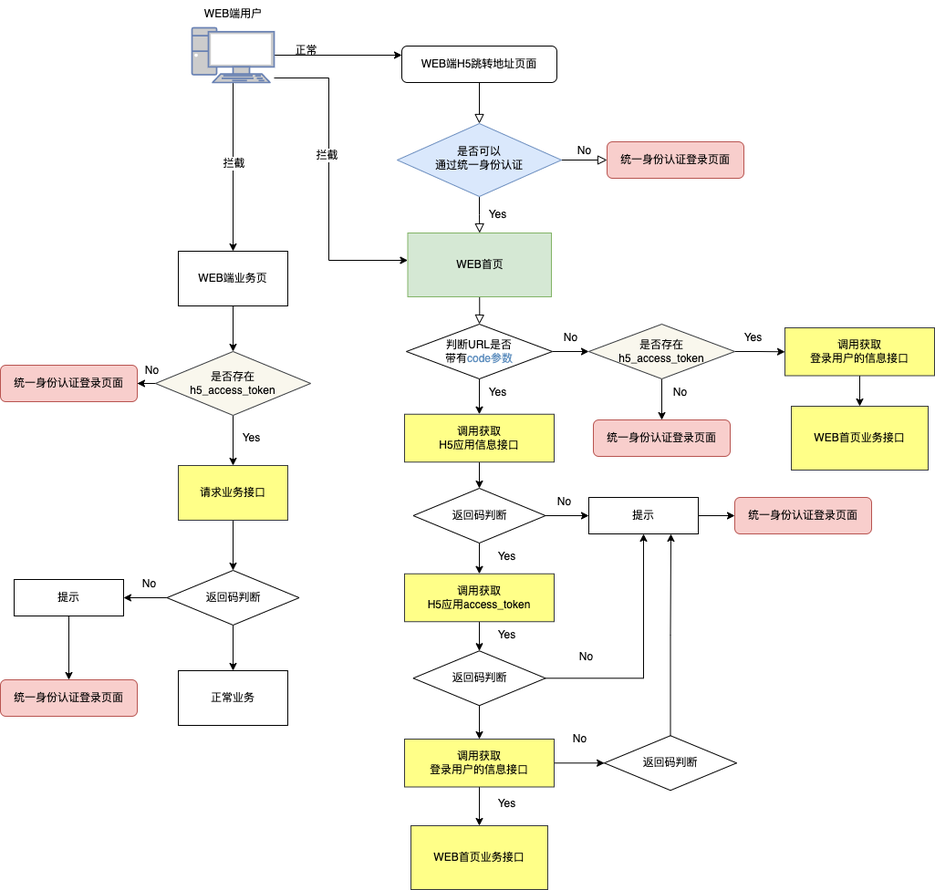
jimu-L/drawio keeps this draw.io diagram as Web端H5跳转.drawio.png. Above is the earlier version. Source tidied: cells renumbered, new cells last; positions are measured from the earlier drawing's top-left corner, leaving out a move shared by most shapes. Source of this version:
```xml
<mxGraphModel>
  <root>
    <mxCell id="0" />
    <mxCell id="1" parent="0" />
    <mxCell id="2" style="rounded=0;html=1;jettySize=auto;fontSize=11;endArrow=block;endFill=0;endSize=8;strokeWidth=1;shadow=0;labelBackgroundColor=none;edgeStyle=orthogonalEdgeStyle;" parent="1" edge="1" source="3" target="6">
      <mxGeometry relative="1" as="geometry" />
    </mxCell>
    <mxCell id="3" value="WEB端H5跳转地址页面" style="rounded=1;whiteSpace=wrap;html=1;fontSize=12;glass=0;strokeWidth=1;shadow=0;" parent="1" vertex="1">
      <mxGeometry x="440" y="50" width="170" height="40" as="geometry" />
    </mxCell>
    <mxCell id="4" value="Yes" style="rounded=0;html=1;jettySize=auto;fontSize=11;endArrow=block;endFill=0;endSize=8;strokeWidth=1;shadow=0;labelBackgroundColor=none;edgeStyle=orthogonalEdgeStyle;" parent="1" edge="1" source="6" target="33">
      <mxGeometry y="20" relative="1" as="geometry" />
    </mxCell>
    <mxCell id="5" value="No" style="edgeStyle=orthogonalEdgeStyle;rounded=0;html=1;jettySize=auto;fontSize=11;endArrow=block;endFill=0;endSize=8;strokeWidth=1;shadow=0;labelBackgroundColor=none;" parent="1" edge="1" source="6" target="7">
      <mxGeometry y="10" relative="1" as="geometry" />
    </mxCell>
    <mxCell id="6" value="是否可以&lt;br&gt;通过统一身份认证" style="rhombus;whiteSpace=wrap;html=1;shadow=0;fontFamily=Helvetica;fontSize=12;align=center;strokeWidth=1;spacing=6;spacingTop=-4;fillColor=#dae8fc;strokeColor=#6c8ebf;" parent="1" vertex="1">
      <mxGeometry x="435" y="135" width="180" height="80" as="geometry" />
    </mxCell>
    <mxCell id="7" value="统一身份认证登录页面" style="rounded=1;whiteSpace=wrap;html=1;fontSize=12;glass=0;strokeWidth=1;shadow=0;fillColor=#f8cecc;strokeColor=#b85450;" parent="1" vertex="1">
      <mxGeometry x="665" y="155" width="150" height="40" as="geometry" />
    </mxCell>
    <mxCell id="8" style="rounded=0;html=1;jettySize=auto;fontSize=11;endArrow=block;endFill=0;endSize=8;strokeWidth=1;shadow=0;labelBackgroundColor=none;edgeStyle=orthogonalEdgeStyle;exitX=0.5;exitY=1;exitDx=0;exitDy=0;" parent="1" edge="1" source="33" target="36">
      <mxGeometry x="0.27" y="30" relative="1" as="geometry" />
    </mxCell>
    <mxCell id="9" style="edgeStyle=orthogonalEdgeStyle;rounded=0;jettySize=auto;html=1;entryX=0;entryY=0.25;entryDx=0;entryDy=0;" parent="1" edge="1" source="14" target="3">
      <mxGeometry relative="1" as="geometry" />
    </mxCell>
    <mxCell id="10" style="edgeStyle=orthogonalEdgeStyle;rounded=0;jettySize=auto;html=1;" parent="1" edge="1" source="14" target="33">
      <mxGeometry relative="1" as="geometry">
        <Array as="points">
          <mxPoint x="360" y="85" />
          <mxPoint x="360" y="285" />
        </Array>
      </mxGeometry>
    </mxCell>
    <mxCell id="11" value="拦截" style="edgeLabel;html=1;align=center;verticalAlign=middle;" parent="10" vertex="1">
      <mxGeometry x="-0.17" y="-3" relative="1" as="geometry" />
    </mxCell>
    <mxCell id="12" style="edgeStyle=orthogonalEdgeStyle;rounded=0;jettySize=auto;html=1;" parent="1" edge="1" source="14" target="16">
      <mxGeometry relative="1" as="geometry" />
    </mxCell>
    <mxCell id="13" value="拦截" style="edgeLabel;html=1;align=center;verticalAlign=middle;" parent="12" vertex="1">
      <mxGeometry x="-0.05" relative="1" as="geometry" />
    </mxCell>
    <mxCell id="14" style="fontColor=#0066CC;verticalAlign=top;verticalLabelPosition=bottom;labelPosition=center;align=center;html=1;outlineConnect=0;fillColor=#CCCCCC;strokeColor=#6881B3;gradientColor=none;gradientDirection=north;strokeWidth=2;shape=mxgraph.networks.pc;" parent="1" vertex="1">
      <mxGeometry x="210" y="30" width="90" height="60" as="geometry" />
    </mxCell>
    <mxCell id="15" style="edgeStyle=orthogonalEdgeStyle;rounded=0;jettySize=auto;html=1;" parent="1" edge="1" source="16" target="20">
      <mxGeometry relative="1" as="geometry" />
    </mxCell>
    <mxCell id="16" value="WEB端业务页" style="rounded=0;whiteSpace=wrap;html=1;" parent="1" vertex="1">
      <mxGeometry x="195" y="275" width="120" height="60" as="geometry" />
    </mxCell>
    <mxCell id="17" style="edgeStyle=orthogonalEdgeStyle;rounded=0;jettySize=auto;html=1;" parent="1" edge="1" source="20" target="24">
      <mxGeometry relative="1" as="geometry" />
    </mxCell>
    <mxCell id="18" style="edgeStyle=orthogonalEdgeStyle;rounded=0;jettySize=auto;html=1;" parent="1" edge="1" source="20" target="26">
      <mxGeometry relative="1" as="geometry" />
    </mxCell>
    <mxCell id="19" value="No" style="edgeLabel;html=1;align=center;verticalAlign=middle;" parent="18" vertex="1">
      <mxGeometry x="-0.17" relative="1" as="geometry">
        <mxPoint x="10" y="-15" as="offset" />
      </mxGeometry>
    </mxCell>
    <mxCell id="20" value="是否存在&lt;br&gt;h5_access_token" style="rhombus;whiteSpace=wrap;html=1;rounded=0;fillColor=#f9f7ed;strokeColor=#36393d;" parent="1" vertex="1">
      <mxGeometry x="170" y="385" width="170" height="70" as="geometry" />
    </mxCell>
    <mxCell id="21" value="正常" style="text;html=1;align=center;verticalAlign=middle;strokeColor=none;fillColor=none;" parent="1" vertex="1">
      <mxGeometry x="310" y="40" width="50" height="30" as="geometry" />
    </mxCell>
    <mxCell id="22" style="edgeStyle=orthogonalEdgeStyle;rounded=0;jettySize=auto;html=1;exitX=0;exitY=0.5;exitDx=0;exitDy=0;" parent="1" edge="1" source="30" target="28">
      <mxGeometry relative="1" as="geometry" />
    </mxCell>
    <mxCell id="23" style="edgeStyle=orthogonalEdgeStyle;rounded=0;jettySize=auto;html=1;" parent="1" edge="1" source="24" target="30">
      <mxGeometry relative="1" as="geometry" />
    </mxCell>
    <mxCell id="24" value="请求业务接口" style="whiteSpace=wrap;html=1;rounded=0;fillColor=#ffff88;strokeColor=#36393d;" parent="1" vertex="1">
      <mxGeometry x="195" y="510" width="120" height="60" as="geometry" />
    </mxCell>
    <mxCell id="25" value="Yes" style="text;html=1;align=center;verticalAlign=middle;strokeColor=none;fillColor=none;" parent="1" vertex="1">
      <mxGeometry x="255" y="465" width="40" height="30" as="geometry" />
    </mxCell>
    <mxCell id="26" value="统一身份认证登录页面" style="rounded=1;whiteSpace=wrap;html=1;fontSize=12;glass=0;strokeWidth=1;shadow=0;fillColor=#f8cecc;strokeColor=#b85450;" parent="1" vertex="1">
      <mxGeometry y="400" width="150" height="40" as="geometry" />
    </mxCell>
    <mxCell id="27" style="edgeStyle=orthogonalEdgeStyle;rounded=0;jettySize=auto;html=1;" parent="1" edge="1" source="28" target="40">
      <mxGeometry relative="1" as="geometry" />
    </mxCell>
    <mxCell id="28" value="提示" style="whiteSpace=wrap;html=1;rounded=0;" parent="1" vertex="1">
      <mxGeometry x="15" y="635" width="120" height="40" as="geometry" />
    </mxCell>
    <mxCell id="29" style="edgeStyle=orthogonalEdgeStyle;rounded=0;jettySize=auto;html=1;" parent="1" edge="1" source="30" target="31">
      <mxGeometry relative="1" as="geometry" />
    </mxCell>
    <mxCell id="30" value="返回码判断" style="rhombus;whiteSpace=wrap;html=1;rounded=0;" parent="1" vertex="1">
      <mxGeometry x="182.5" y="625" width="145" height="60" as="geometry" />
    </mxCell>
    <mxCell id="31" value="正常业务" style="whiteSpace=wrap;html=1;rounded=0;" parent="1" vertex="1">
      <mxGeometry x="195" y="735" width="120" height="60" as="geometry" />
    </mxCell>
    <mxCell id="32" value="WEB端用户" style="text;html=1;align=center;verticalAlign=middle;strokeColor=none;fillColor=none;" parent="1" vertex="1">
      <mxGeometry x="210" width="90" height="30" as="geometry" />
    </mxCell>
    <mxCell id="33" value="WEB首页" style="rounded=0;whiteSpace=wrap;html=1;fillColor=#d5e8d4;strokeColor=#82b366;" parent="1" vertex="1">
      <mxGeometry x="446.5" y="255" width="157.5" height="70" as="geometry" />
    </mxCell>
    <mxCell id="34" style="edgeStyle=orthogonalEdgeStyle;rounded=0;jettySize=auto;html=1;" parent="1" edge="1" source="36" target="39">
      <mxGeometry relative="1" as="geometry" />
    </mxCell>
    <mxCell id="35" style="edgeStyle=orthogonalEdgeStyle;rounded=0;jettySize=auto;html=1;entryX=0.5;entryY=0;entryDx=0;entryDy=0;" parent="1" edge="1" source="36" target="44">
      <mxGeometry relative="1" as="geometry" />
    </mxCell>
    <mxCell id="36" value="判断URL是否&lt;br&gt;带有&lt;span style=&quot;color: rgb(95, 143, 191); background-color: rgb(255, 255, 254);&quot;&gt;code参数&lt;/span&gt;" style="rhombus;whiteSpace=wrap;html=1;" parent="1" vertex="1">
      <mxGeometry x="445" y="355" width="160" height="60" as="geometry" />
    </mxCell>
    <mxCell id="37" style="edgeStyle=orthogonalEdgeStyle;rounded=0;jettySize=auto;html=1;" parent="1" edge="1" source="39" target="63">
      <mxGeometry relative="1" as="geometry" />
    </mxCell>
    <mxCell id="38" style="edgeStyle=orthogonalEdgeStyle;rounded=0;jettySize=auto;html=1;" parent="1" edge="1" source="39" target="67">
      <mxGeometry relative="1" as="geometry" />
    </mxCell>
    <mxCell id="39" value="是否存在&lt;br&gt;h5_access_token" style="rhombus;whiteSpace=wrap;html=1;fillColor=#f9f7ed;strokeColor=#36393d;" parent="1" vertex="1">
      <mxGeometry x="645" y="355" width="160" height="60" as="geometry" />
    </mxCell>
    <mxCell id="40" value="统一身份认证登录页面" style="rounded=1;whiteSpace=wrap;html=1;fontSize=12;glass=0;strokeWidth=1;shadow=0;fillColor=#f8cecc;strokeColor=#b85450;" parent="1" vertex="1">
      <mxGeometry y="745" width="150" height="40" as="geometry" />
    </mxCell>
    <mxCell id="41" value="No" style="text;html=1;align=center;verticalAlign=middle;strokeColor=none;fillColor=none;" parent="1" vertex="1">
      <mxGeometry x="605" y="355" width="40" height="30" as="geometry" />
    </mxCell>
    <mxCell id="42" value="Yes" style="text;html=1;align=center;verticalAlign=middle;strokeColor=none;fillColor=none;" parent="1" vertex="1">
      <mxGeometry x="525" y="415" width="40" height="30" as="geometry" />
    </mxCell>
    <mxCell id="43" style="edgeStyle=orthogonalEdgeStyle;rounded=0;jettySize=auto;html=1;entryX=0.5;entryY=0;entryDx=0;entryDy=0;" parent="1" edge="1" source="44" target="52">
      <mxGeometry relative="1" as="geometry" />
    </mxCell>
    <mxCell id="44" value="调用获取&lt;br style=&quot;border-color: var(--border-color);&quot;&gt;H5应用信息接口" style="rounded=0;whiteSpace=wrap;html=1;fillColor=#ffff88;strokeColor=#36393d;" parent="1" vertex="1">
      <mxGeometry x="443" y="453.8" width="164" height="52.5" as="geometry" />
    </mxCell>
    <mxCell id="45" style="edgeStyle=orthogonalEdgeStyle;rounded=0;jettySize=auto;html=1;" parent="1" edge="1" source="46" target="55">
      <mxGeometry relative="1" as="geometry" />
    </mxCell>
    <mxCell id="46" value="调用获取&lt;br style=&quot;border-color: var(--border-color);&quot;&gt;H5应用access_token" style="rounded=0;whiteSpace=wrap;html=1;fillColor=#ffff88;strokeColor=#36393d;" parent="1" vertex="1">
      <mxGeometry x="443" y="628.8" width="164" height="52.5" as="geometry" />
    </mxCell>
    <mxCell id="47" style="edgeStyle=orthogonalEdgeStyle;rounded=0;jettySize=auto;html=1;" parent="1" edge="1" source="49" target="57">
      <mxGeometry relative="1" as="geometry" />
    </mxCell>
    <mxCell id="48" style="edgeStyle=orthogonalEdgeStyle;rounded=0;jettySize=auto;html=1;" parent="1" edge="1" source="49" target="61">
      <mxGeometry relative="1" as="geometry" />
    </mxCell>
    <mxCell id="49" value="调用获取&lt;br style=&quot;border-color: var(--border-color);&quot;&gt;登录用户的信息接口" style="rounded=0;whiteSpace=wrap;html=1;fillColor=#ffff88;strokeColor=#36393d;" parent="1" vertex="1">
      <mxGeometry x="443" y="810" width="164" height="52.5" as="geometry" />
    </mxCell>
    <mxCell id="50" style="edgeStyle=orthogonalEdgeStyle;rounded=0;jettySize=auto;html=1;" parent="1" edge="1" source="52" target="46">
      <mxGeometry relative="1" as="geometry" />
    </mxCell>
    <mxCell id="51" style="edgeStyle=orthogonalEdgeStyle;rounded=0;jettySize=auto;html=1;" parent="1" edge="1" source="52" target="59">
      <mxGeometry relative="1" as="geometry" />
    </mxCell>
    <mxCell id="52" value="返回码判断" style="rhombus;whiteSpace=wrap;html=1;rounded=0;" parent="1" vertex="1">
      <mxGeometry x="452.5" y="535" width="145" height="60" as="geometry" />
    </mxCell>
    <mxCell id="53" style="edgeStyle=orthogonalEdgeStyle;rounded=0;jettySize=auto;html=1;" parent="1" edge="1" source="55" target="49">
      <mxGeometry relative="1" as="geometry" />
    </mxCell>
    <mxCell id="54" style="edgeStyle=orthogonalEdgeStyle;rounded=0;jettySize=auto;html=1;entryX=0.5;entryY=1;entryDx=0;entryDy=0;" parent="1" edge="1" source="55" target="59">
      <mxGeometry relative="1" as="geometry" />
    </mxCell>
    <mxCell id="55" value="返回码判断" style="rhombus;whiteSpace=wrap;html=1;rounded=0;" parent="1" vertex="1">
      <mxGeometry x="452.5" y="713.2" width="145" height="60" as="geometry" />
    </mxCell>
    <mxCell id="56" style="edgeStyle=orthogonalEdgeStyle;rounded=0;jettySize=auto;html=1;entryX=0.75;entryY=1;entryDx=0;entryDy=0;" parent="1" edge="1" source="57" target="59">
      <mxGeometry relative="1" as="geometry" />
    </mxCell>
    <mxCell id="57" value="返回码判断" style="rhombus;whiteSpace=wrap;html=1;rounded=0;" parent="1" vertex="1">
      <mxGeometry x="662" y="806.2" width="145" height="60" as="geometry" />
    </mxCell>
    <mxCell id="58" style="edgeStyle=orthogonalEdgeStyle;rounded=0;jettySize=auto;html=1;" parent="1" edge="1" source="59" target="60">
      <mxGeometry relative="1" as="geometry" />
    </mxCell>
    <mxCell id="59" value="提示" style="whiteSpace=wrap;html=1;rounded=0;" parent="1" vertex="1">
      <mxGeometry x="645" y="545" width="120" height="40" as="geometry" />
    </mxCell>
    <mxCell id="60" value="统一身份认证登录页面" style="rounded=1;whiteSpace=wrap;html=1;fontSize=12;glass=0;strokeWidth=1;shadow=0;fillColor=#f8cecc;strokeColor=#b85450;" parent="1" vertex="1">
      <mxGeometry x="805" y="545" width="150" height="40" as="geometry" />
    </mxCell>
    <mxCell id="61" value="WEB首页业务接口" style="whiteSpace=wrap;html=1;rounded=0;fillColor=#ffff88;strokeColor=#36393d;" parent="1" vertex="1">
      <mxGeometry x="450" y="905" width="150" height="70" as="geometry" />
    </mxCell>
    <mxCell id="62" style="edgeStyle=orthogonalEdgeStyle;rounded=0;jettySize=auto;html=1;" parent="1" edge="1" source="63" target="64">
      <mxGeometry relative="1" as="geometry" />
    </mxCell>
    <mxCell id="63" value="调用获取&lt;br style=&quot;border-color: var(--border-color);&quot;&gt;登录用户的信息接口" style="rounded=0;whiteSpace=wrap;html=1;fillColor=#ffff88;strokeColor=#36393d;" parent="1" vertex="1">
      <mxGeometry x="860" y="359" width="164" height="52.5" as="geometry" />
    </mxCell>
    <mxCell id="64" value="WEB首页业务接口" style="whiteSpace=wrap;html=1;rounded=0;fillColor=#ffff88;strokeColor=#36393d;" parent="1" vertex="1">
      <mxGeometry x="867" y="445" width="150" height="70" as="geometry" />
    </mxCell>
    <mxCell id="65" value="Yes" style="text;html=1;align=center;verticalAlign=middle;strokeColor=none;fillColor=none;" parent="1" vertex="1">
      <mxGeometry x="805" y="355" width="40" height="30" as="geometry" />
    </mxCell>
    <mxCell id="66" value="No" style="text;html=1;align=center;verticalAlign=middle;strokeColor=none;fillColor=none;" parent="1" vertex="1">
      <mxGeometry x="725" y="415" width="40" height="30" as="geometry" />
    </mxCell>
    <mxCell id="67" value="统一身份认证登录页面" style="rounded=1;whiteSpace=wrap;html=1;fontSize=12;glass=0;strokeWidth=1;shadow=0;fillColor=#f8cecc;strokeColor=#b85450;" parent="1" vertex="1">
      <mxGeometry x="650" y="460" width="150" height="40" as="geometry" />
    </mxCell>
    <mxCell id="68" value="No" style="text;html=1;align=center;verticalAlign=middle;strokeColor=none;fillColor=none;" parent="1" vertex="1">
      <mxGeometry x="597.5" y="535" width="40" height="30" as="geometry" />
    </mxCell>
    <mxCell id="69" value="No" style="text;html=1;align=center;verticalAlign=middle;strokeColor=none;fillColor=none;" parent="1" vertex="1">
      <mxGeometry x="622" y="705" width="40" height="30" as="geometry" />
    </mxCell>
    <mxCell id="70" value="No" style="text;html=1;align=center;verticalAlign=middle;strokeColor=none;fillColor=none;" parent="1" vertex="1">
      <mxGeometry x="615" y="795" width="40" height="30" as="geometry" />
    </mxCell>
    <mxCell id="71" value="No" style="text;html=1;align=center;verticalAlign=middle;strokeColor=none;fillColor=none;" parent="1" vertex="1">
      <mxGeometry x="142.5" y="625" width="40" height="30" as="geometry" />
    </mxCell>
    <mxCell id="72" value="Yes" style="text;html=1;align=center;verticalAlign=middle;strokeColor=none;fillColor=none;" parent="1" vertex="1">
      <mxGeometry x="535" y="595" width="40" height="30" as="geometry" />
    </mxCell>
    <mxCell id="73" value="Yes" style="text;html=1;align=center;verticalAlign=middle;strokeColor=none;fillColor=none;" parent="1" vertex="1">
      <mxGeometry x="535" y="681.2" width="40" height="30" as="geometry" />
    </mxCell>
    <mxCell id="74" value="Yes" style="text;html=1;align=center;verticalAlign=middle;strokeColor=none;fillColor=none;" parent="1" vertex="1">
      <mxGeometry x="535" y="866.2" width="40" height="30" as="geometry" />
    </mxCell>
  </root>
</mxGraphModel>
```
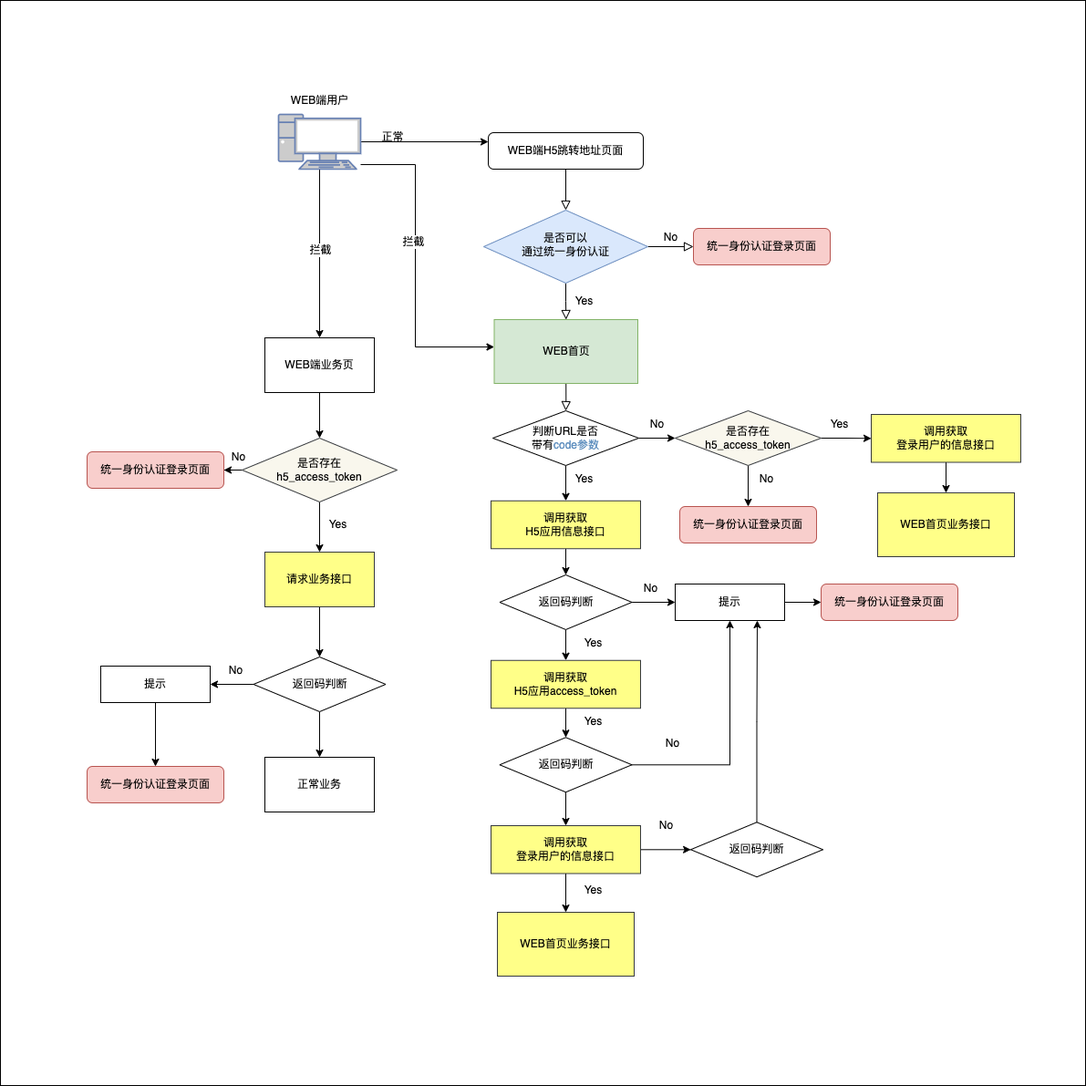
After the change.

The edit, as a diff of the source:
```diff
@@ -2,6 +2,9 @@
   <root>
     <mxCell id="0" />
     <mxCell id="1" parent="0" />
+    <mxCell id="75" style="whiteSpace=wrap;html=1;" parent="1" vertex="1">
+      <mxGeometry x="-95" y="-95" width="1190" height="1190" as="geometry" />
+    </mxCell>
     <mxCell id="2" style="rounded=0;html=1;jettySize=auto;fontSize=11;endArrow=block;endFill=0;endSize=8;strokeWidth=1;shadow=0;labelBackgroundColor=none;edgeStyle=orthogonalEdgeStyle;" parent="1" edge="1" source="3" target="6">
       <mxGeometry relative="1" as="geometry" />
     </mxCell>
```
